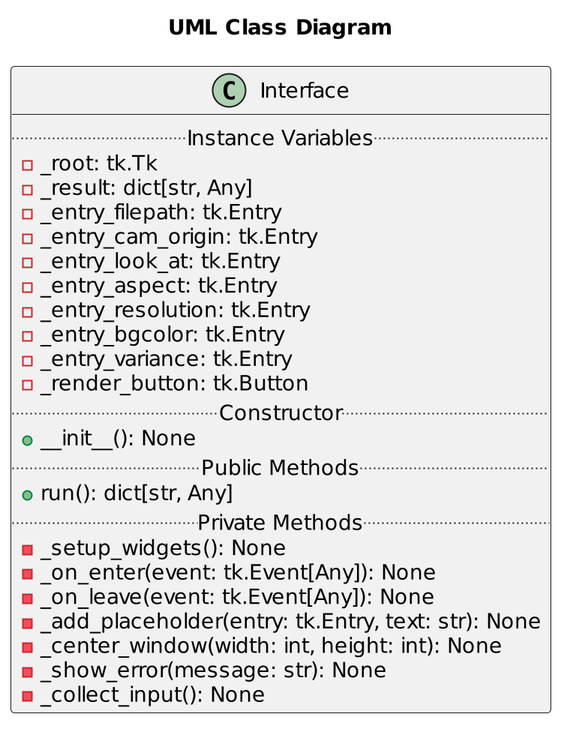
manuttall/oop-finalproject keeps this PlantUML diagram as renderer/uml/img/Interface.png. Above is the earlier version. Source of this version:
```plantuml
@startuml Interface
scale 2
title "UML Class Diagram"

class Interface {
    .. Instance Variables ..
    - _root: tk.Tk
    - _result: dict[str, Any]
    - _entry_filepath: tk.Entry
    - _entry_cam_origin: tk.Entry
    - _entry_look_at: tk.Entry
    - _entry_aspect: tk.Entry
    - _entry_resolution: tk.Entry
    - _entry_bgcolor: tk.Entry
    - _entry_variance: tk.Entry
    - _render_button: tk.Button
    .. Constructor ..
    + __init__(): None
    .. Public Methods ..
    + run(): dict[str, Any]
    .. Private Methods ..
    - _setup_widgets(): None
    - _on_enter(event: tk.Event[Any]): None
    - _on_leave(event: tk.Event[Any]): None
    - _add_placeholder(entry: tk.Entry, text: str): None
    - _center_window(width: int, height: int): None
    - _show_error(message: str): None
    - _collect_input(): None
}
@enduml
```
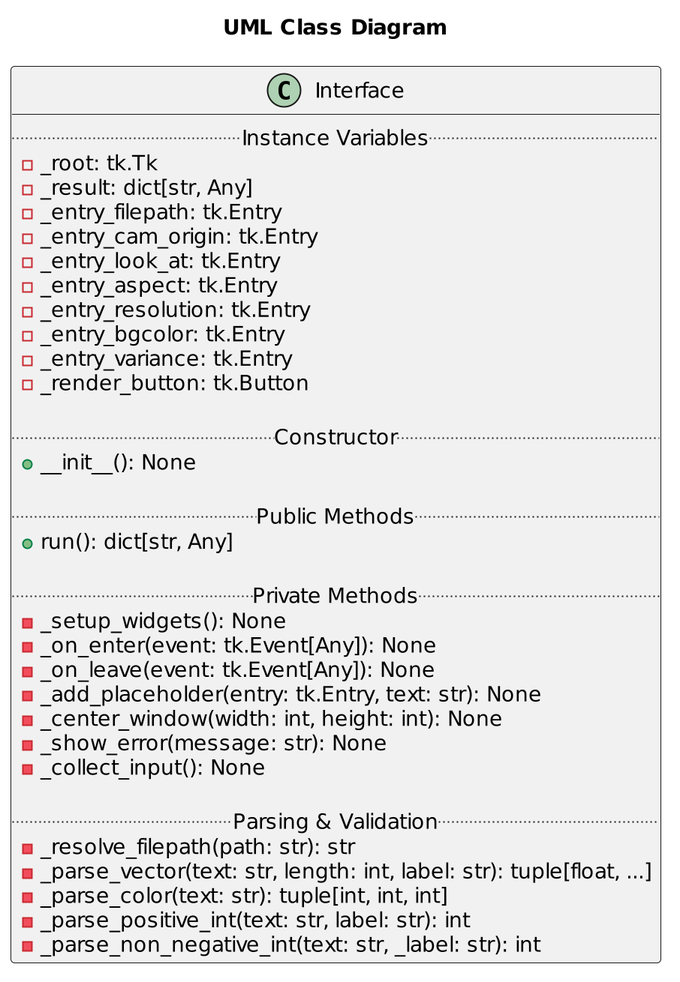
Later version of the same file.

Commit message:
Updated Interface UML

Diff of the diagram source:
```diff
@@ -14,10 +14,13 @@
     - _entry_bgcolor: tk.Entry
     - _entry_variance: tk.Entry
     - _render_button: tk.Button
+
     .. Constructor ..
     + __init__(): None
+
     .. Public Methods ..
     + run(): dict[str, Any]
+
     .. Private Methods ..
     - _setup_widgets(): None
     - _on_enter(event: tk.Event[Any]): None
@@ -26,5 +29,12 @@
     - _center_window(width: int, height: int): None
     - _show_error(message: str): None
     - _collect_input(): None
+
+    .. Parsing & Validation ..
+    - _resolve_filepath(path: str): str
+    - _parse_vector(text: str, length: int, label: str): tuple[float, ...]
+    - _parse_color(text: str): tuple[int, int, int]
+    - _parse_positive_int(text: str, label: str): int
+    - _parse_non_negative_int(text: str, _label: str): int
 }
 @enduml
```
